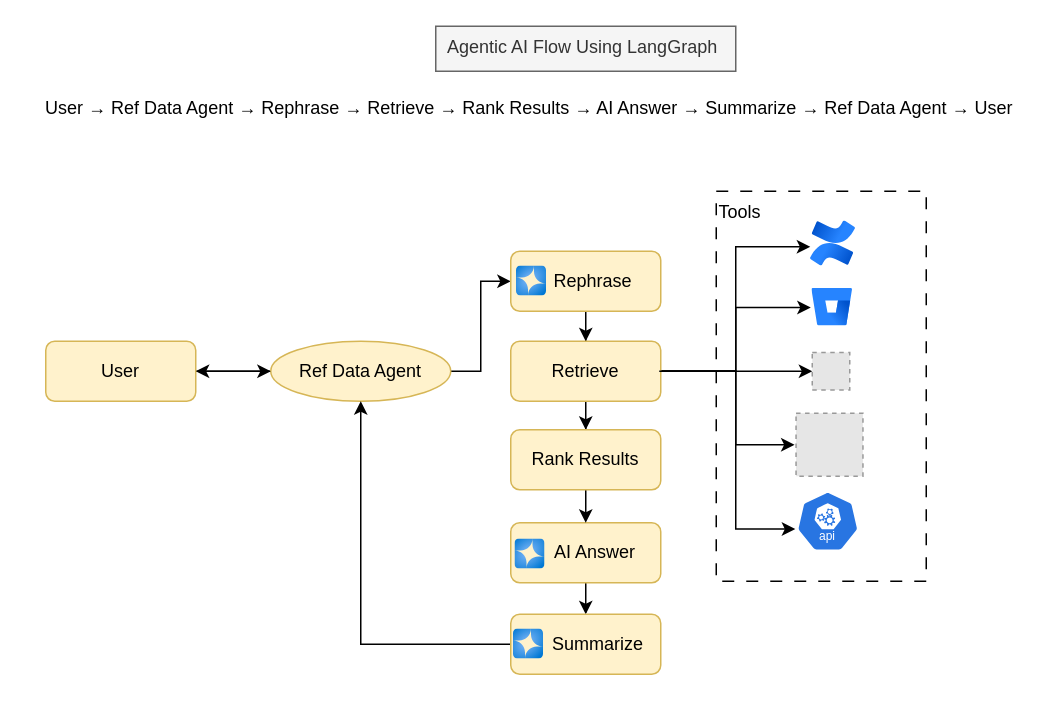
Above: langgraph_flow.drawio in dhananjaysinghar/Layered-Agentic-Pipeline-with-LangGraph (draw.io), before the change. Source tidied: cells renumbered, new cells numbered last; positions are measured from the earlier drawing's top-left corner, leaving out a move shared by most shapes. Both pictures are drawn from the tidied source at 150%, with x=0, y=0 at pixel (26, 26). Pictures stored in the file or linked from it are replaced by grey dashed boxes.
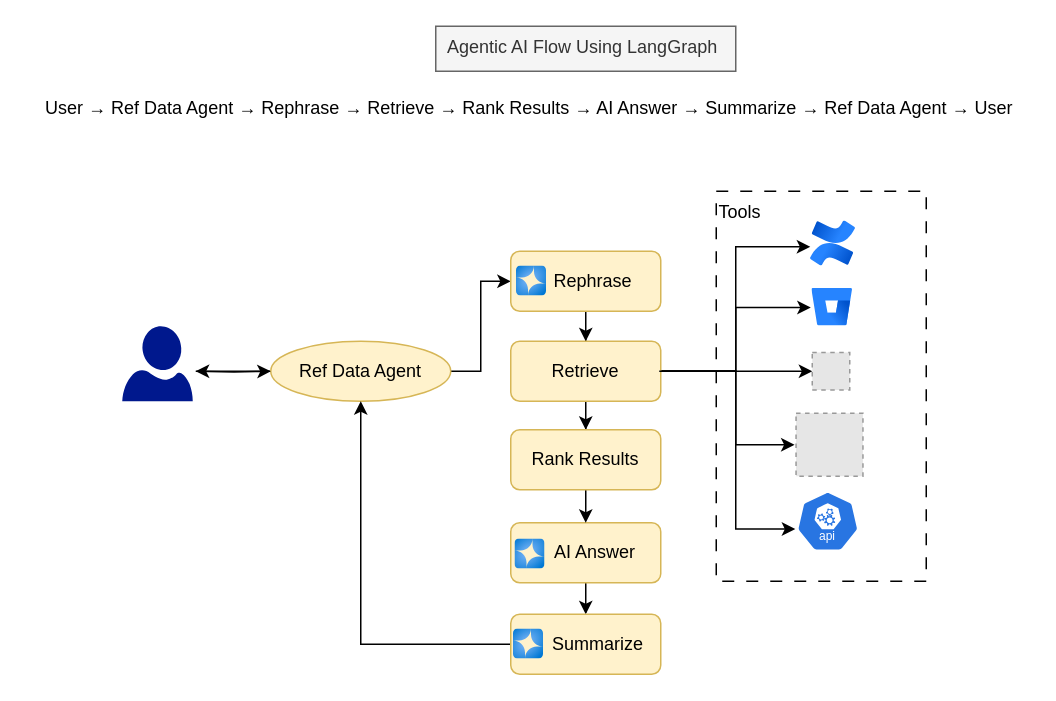
The same page after the edit.

The change refers to these unchanged cells:
```xml
<mxCell id="6" value="Ref Data Agent" style="ellipse;whiteSpace=wrap;html=1;fillColor=#fff2cc;strokeColor=#d6b656;" parent="1" vertex="1">
  <mxGeometry x="163" y="210" width="120" height="40" as="geometry" />
</mxCell>
```

Diff of the diagram source:
```diff
@@
-    <mxCell id="5" style="edgeStyle=orthogonalEdgeStyle;rounded=0;jettySize=auto;html=1;entryX=1;entryY=0.5;entryDx=0;entryDy=0;" parent="1" edge="1" source="6" target="20">
-      <mxGeometry relative="1" as="geometry" />
+    <mxCell id="5" style="edgeStyle=orthogonalEdgeStyle;rounded=0;jettySize=auto;html=1;entryX=1;entryY=0.5;entryDx=0;entryDy=0;" parent="1" edge="1" source="6">
+      <mxGeometry relative="1" as="geometry">
+        <mxPoint x="113" y="230" as="targetPoint" />
+      </mxGeometry>
     </mxCell>
@@
-    <mxCell id="19" style="edgeStyle=orthogonalEdgeStyle;rounded=0;jettySize=auto;html=1;entryX=0;entryY=0.5;entryDx=0;entryDy=0;" parent="1" edge="1" source="20" target="6">
-      <mxGeometry relative="1" as="geometry" />
+    <mxCell id="19" style="edgeStyle=orthogonalEdgeStyle;rounded=0;jettySize=auto;html=1;entryX=0;entryY=0.5;entryDx=0;entryDy=0;" parent="1" edge="1" target="6">
+      <mxGeometry relative="1" as="geometry">
+        <mxPoint x="113" y="230" as="sourcePoint" />
+      </mxGeometry>
     </mxCell>
-    <mxCell id="20" value="User" style="rounded=1;whiteSpace=wrap;html=1;fillColor=#fff2cc;strokeColor=#d6b656;" parent="1" vertex="1">
-      <mxGeometry x="13" y="210" width="100" height="40" as="geometry" />
-    </mxCell>
@@
+    <mxCell id="33" style="sketch=0;shadow=0;dashed=0;html=1;strokeColor=none;labelPosition=center;verticalLabelPosition=bottom;verticalAlign=top;align=center;fillColor=#00188D;shape=mxgraph.azure.user;" parent="1" vertex="1">
+      <mxGeometry x="64" y="200" width="47" height="50" as="geometry" />
+    </mxCell>
```
